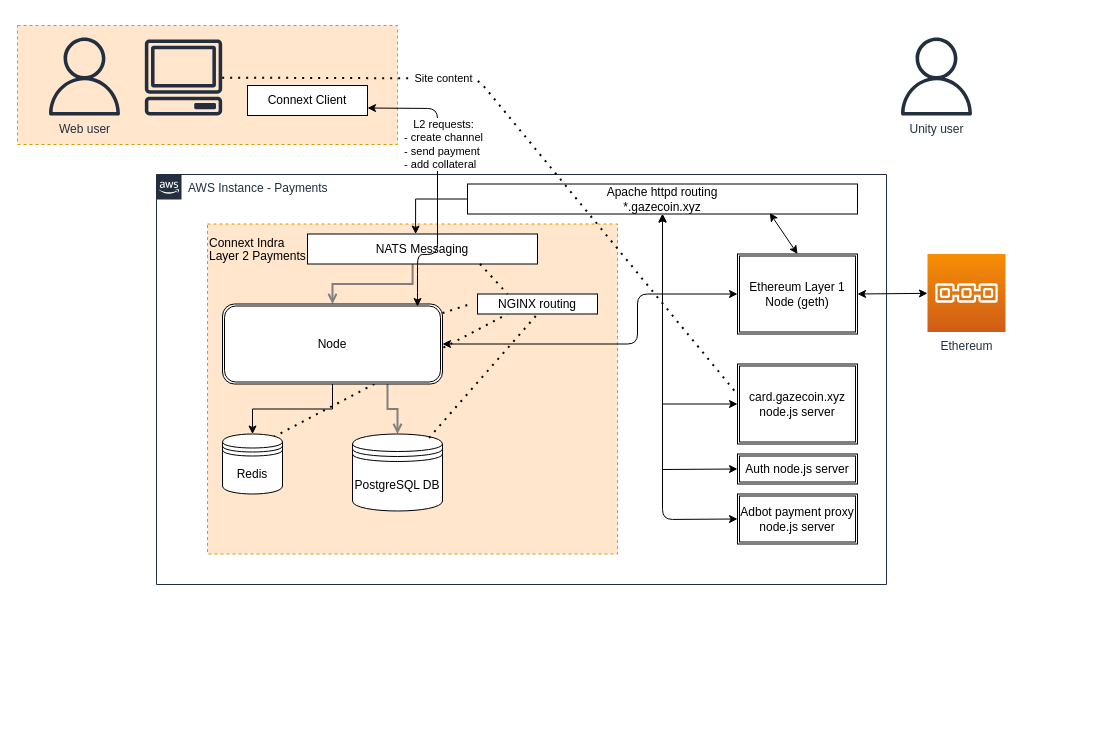
Before: DreamChannelPayments.drawio in glamperd/indrav2, a draw.io diagram. Source tidied: cells renumbered, new cells numbered last; positions are measured from the earlier drawing's top-left corner, leaving out a move shared by most shapes. Both pictures are drawn from the tidied source at 100%, with x=0, y=0 at pixel (17, 25). Pictures stored in the file or linked from it are replaced by grey dashed boxes.
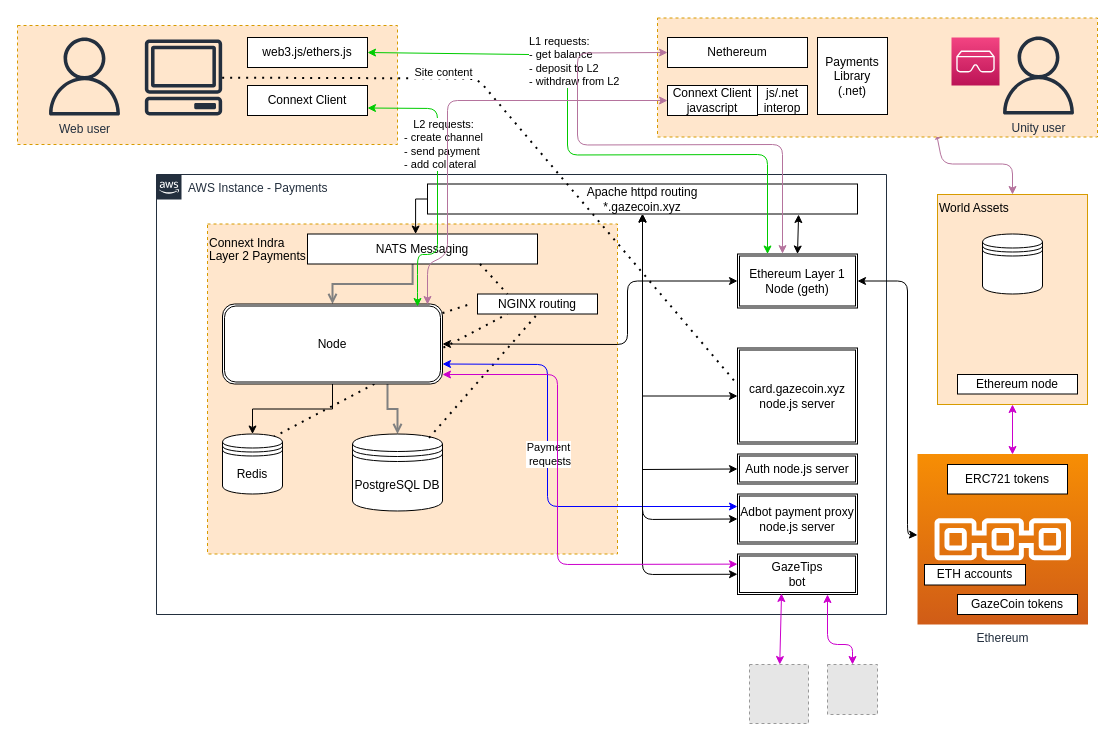
After the change.

Unchanged cells that the change refers to:
```xml
<mxCell id="9" value="Node" style="shape=ext;double=1;rounded=1;whiteSpace=wrap;html=1;" parent="1" vertex="1">
  <mxGeometry x="205" y="278.5" width="220" height="80" as="geometry" />
</mxCell>
<mxCell id="21" value="Auth node.js server" style="shape=ext;double=1;rounded=0;whiteSpace=wrap;html=1;fontColor=#000000;" parent="1" vertex="1">
  <mxGeometry x="720" y="428.5" width="120" height="30" as="geometry" />
</mxCell>
<mxCell id="22" value="Adbot payment proxy&lt;br&gt;node.js server" style="shape=ext;double=1;rounded=0;whiteSpace=wrap;html=1;fontColor=#000000;" parent="1" vertex="1">
  <mxGeometry x="720" y="468.5" width="120" height="50" as="geometry" />
</mxCell>
<mxCell id="35" value="Connext Client" style="rounded=0;whiteSpace=wrap;html=1;fontColor=#000000;" parent="1" vertex="1">
  <mxGeometry x="230" y="60" width="120" height="30" as="geometry" />
</mxCell>
```

The edit, as a diff of the source:
```diff
@@
+    <mxCell id="38" style="edgeStyle=orthogonalEdgeStyle;rounded=1;jumpStyle=sharp;jettySize=auto;html=1;exitX=0.65;exitY=0.998;exitDx=0;exitDy=0;entryX=0.5;entryY=0;entryDx=0;entryDy=0;endArrow=classic;endFill=1;fontColor=#000000;startArrow=classicThin;startFill=1;strokeColor=#B5739D;exitPerimeter=0;" parent="1" edge="1" source="39" target="59">
+      <mxGeometry relative="1" as="geometry">
+        <Array as="points">
+          <mxPoint x="925" y="138.5" />
+          <mxPoint x="995" y="138.5" />
+        </Array>
+      </mxGeometry>
+    </mxCell>
+    <mxCell id="39" style="rounded=0;whiteSpace=wrap;html=1;fillColor=#ffe6cc;strokeColor=#d79b00;dashed=1;" parent="1" vertex="1">
+      <mxGeometry x="640" y="-7.5" width="440" height="119" as="geometry" />
+    </mxCell>
@@
     <mxCell id="5" value="AWS Instance - Payments" style="gradientColor=none;html=1;whiteSpace=wrap;fontSize=12;fontStyle=0;shape=mxgraph.aws4.group;grIcon=mxgraph.aws4.group_aws_cloud_alt;strokeColor=#232F3E;fillColor=none;verticalAlign=top;align=left;spacingLeft=30;fontColor=#232F3E;dashed=0;labelBackgroundColor=#ffffff;" parent="1" vertex="1">
-      <mxGeometry x="139" y="149" width="730" height="410" as="geometry" />
+      <mxGeometry x="139" y="149" width="730" height="440" as="geometry" />
     </mxCell>
@@
     <mxCell id="14" value="Apache httpd routing&lt;br&gt;*.gazecoin.xyz" style="rounded=0;whiteSpace=wrap;html=1;" parent="1" vertex="1">
-      <mxGeometry x="450" y="158.5" width="390" height="30" as="geometry" />
+      <mxGeometry x="410" y="158.5" width="430" height="30" as="geometry" />
     </mxCell>
     <mxCell id="15" value="Ethereum Layer 1 Node (geth)" style="shape=ext;double=1;rounded=0;whiteSpace=wrap;html=1;" parent="1" vertex="1">
-      <mxGeometry x="720" y="228.5" width="120" height="80" as="geometry" />
+      <mxGeometry x="720" y="228.5" width="120" height="54" as="geometry" />
     </mxCell>
     <mxCell id="16" value="Ethereum" style="outlineConnect=0;fontColor=#232F3E;gradientColor=#F78E04;gradientDirection=north;fillColor=#D05C17;strokeColor=#ffffff;dashed=0;verticalLabelPosition=bottom;verticalAlign=top;align=center;html=1;fontSize=12;fontStyle=0;shape=mxgraph.aws4.resourceIcon;resIcon=mxgraph.aws4.blockchain;" parent="1" vertex="1">
-      <mxGeometry x="910" y="228.5" width="78" height="78" as="geometry" />
+      <mxGeometry x="900" y="428.5" width="170.5" height="170.5" as="geometry" />
     </mxCell>
     <mxCell id="17" style="endArrow=classic;startArrow=classic;html=1;fontColor=#000000;exitX=1;exitY=0.5;exitDx=0;exitDy=0;" parent="1" edge="1" source="15" target="16">
-      <mxGeometry relative="1" as="geometry" />
+      <mxGeometry relative="1" as="geometry">
+        <Array as="points">
+          <mxPoint x="890" y="255.5" />
+          <mxPoint x="890" y="509" />
+        </Array>
+      </mxGeometry>
     </mxCell>
     <mxCell id="18" value="card.gazecoin.xyz node.js server" style="shape=ext;double=1;rounded=0;whiteSpace=wrap;html=1;fontColor=#000000;" parent="1" vertex="1">
-      <mxGeometry x="720" y="338.5" width="120" height="80" as="geometry" />
+      <mxGeometry x="720" y="322.5" width="120" height="96" as="geometry" />
     </mxCell>
@@
-    <mxCell id="20" style="endArrow=classic;startArrow=classic;html=1;fontColor=#000000;entryX=0.775;entryY=0.967;entryDx=0;entryDy=0;entryPerimeter=0;exitX=0.5;exitY=0;exitDx=0;exitDy=0;" parent="1" edge="1" source="15" target="14">
+    <mxCell id="20" style="endArrow=classic;startArrow=classic;html=1;fontColor=#000000;entryX=0.863;entryY=1.017;entryDx=0;entryDy=0;entryPerimeter=0;exitX=0.5;exitY=0;exitDx=0;exitDy=0;" parent="1" edge="1" source="15" target="14">
       <mxGeometry relative="1" as="geometry" />
     </mxCell>
@@
     <mxCell id="23" style="endArrow=classic;startArrow=classic;html=1;fontColor=#000000;exitX=0;exitY=0.5;exitDx=0;exitDy=0;rounded=0;entryX=0.5;entryY=1;entryDx=0;entryDy=0;" parent="1" edge="1" source="21" target="14">
       <mxGeometry relative="1" as="geometry">
         <Array as="points">
-          <mxPoint x="645" y="444" />
+          <mxPoint x="625" y="444" />
         </Array>
       </mxGeometry>
     </mxCell>
     <mxCell id="24" style="endArrow=classic;startArrow=classic;html=1;fontColor=#000000;exitX=0;exitY=0.5;exitDx=0;exitDy=0;entryX=0.5;entryY=1;entryDx=0;entryDy=0;" parent="1" edge="1" source="22" target="14">
       <mxGeometry relative="1" as="geometry">
         <Array as="points">
-          <mxPoint x="645" y="494" />
+          <mxPoint x="625" y="494" />
         </Array>
       </mxGeometry>
     </mxCell>
@@
     <mxCell id="29" style="endArrow=classic;startArrow=classic;html=1;fontColor=#000000;exitX=1;exitY=0.5;exitDx=0;exitDy=0;entryX=0;entryY=0.5;entryDx=0;entryDy=0;" parent="1" edge="1" source="9" target="15">
       <mxGeometry relative="1" as="geometry">
         <Array as="points">
-          <mxPoint x="620" y="318.5" />
-          <mxPoint x="620" y="268.5" />
+          <mxPoint x="610" y="319" />
+          <mxPoint x="610" y="255.5" />
         </Array>
       </mxGeometry>
     </mxCell>
@@
     <mxCell id="31" value="Unity user" style="fontColor=#232F3E;gradientColor=none;fillColor=#232F3E;strokeColor=none;dashed=0;verticalLabelPosition=bottom;verticalAlign=top;align=center;html=1;fontSize=12;fontStyle=0;shape=mxgraph.aws4.user;" parent="1" vertex="1">
-      <mxGeometry x="880" y="12" width="78" height="78" as="geometry" />
+      <mxGeometry x="982" y="11" width="78" height="78" as="geometry" />
     </mxCell>
@@
-    <mxCell id="36" style="endArrow=classic;startArrow=classic;html=1;fontColor=#000000;exitX=1;exitY=0.75;exitDx=0;exitDy=0;" parent="1" edge="1" source="35">
+    <mxCell id="36" style="endArrow=classic;startArrow=classic;html=1;fontColor=#000000;exitX=1;exitY=0.75;exitDx=0;exitDy=0;fillColor=#e1d5e7;strokeColor=#00CC00;" parent="1" edge="1" source="35">
       <mxGeometry relative="1" as="geometry">
         <mxPoint x="400" y="281" as="targetPoint" />
         <Array as="points">
           <mxPoint x="420" y="83" />
           <mxPoint x="420" y="229" />
           <mxPoint x="400" y="229" />
           <mxPoint x="400" y="259" />
           <mxPoint x="400" y="281" />
         </Array>
       </mxGeometry>
     </mxCell>
@@
+    <mxCell id="40" value="web3.js/ethers.js" style="rounded=0;whiteSpace=wrap;html=1;fontColor=#000000;" parent="1" vertex="1">
+      <mxGeometry x="230" y="12" width="120" height="30" as="geometry" />
+    </mxCell>
+    <mxCell id="41" style="endArrow=classic;startArrow=classic;html=1;fontColor=#000000;exitX=1;exitY=0.5;exitDx=0;exitDy=0;fillColor=#e1d5e7;strokeColor=#00CC00;entryX=0.25;entryY=0;entryDx=0;entryDy=0;" parent="1" edge="1" source="40" target="15">
+      <mxGeometry relative="1" as="geometry">
+        <Array as="points">
+          <mxPoint x="550" y="29.5" />
+          <mxPoint x="550" y="129.5" />
+          <mxPoint x="750" y="129" />
+        </Array>
+      </mxGeometry>
+    </mxCell>
+    <mxCell id="42" value="L1 requests:&lt;br&gt;&lt;div&gt;- get balance&lt;/div&gt;&lt;div&gt;- deposit to L2&lt;/div&gt;&lt;div&gt;- withdraw from L2&lt;/div&gt;" style="edgeLabel;html=1;align=left;verticalAlign=middle;fontColor=#000000;" parent="41" vertex="1">
+      <mxGeometry x="-0.11" y="1" relative="1" as="geometry">
+        <mxPoint x="-41" y="-60.5" as="offset" />
+      </mxGeometry>
+    </mxCell>
+    <mxCell id="43" style="fontColor=#232F3E;gradientColor=#F34482;gradientDirection=north;fillColor=#BC1356;strokeColor=#ffffff;dashed=0;verticalLabelPosition=bottom;verticalAlign=top;align=center;html=1;fontSize=12;fontStyle=0;shape=mxgraph.aws4.resourceIcon;resIcon=mxgraph.aws4.ar_vr;" parent="1" vertex="1">
+      <mxGeometry x="934" y="12" width="48" height="48" as="geometry" />
+    </mxCell>
+    <mxCell id="44" value="Connext Client javascript" style="rounded=0;whiteSpace=wrap;html=1;fontColor=#000000;" parent="1" vertex="1">
+      <mxGeometry x="650" y="60" width="90" height="30" as="geometry" />
+    </mxCell>
+    <mxCell id="45" value="Nethereum" style="rounded=0;whiteSpace=wrap;html=1;fontColor=#000000;" parent="1" vertex="1">
+      <mxGeometry x="650" y="12" width="140" height="30" as="geometry" />
+    </mxCell>
+    <mxCell id="46" style="endArrow=classic;startArrow=classic;html=1;fontColor=#000000;exitX=0;exitY=0.5;exitDx=0;exitDy=0;fillColor=#e1d5e7;entryX=0.375;entryY=-0.006;entryDx=0;entryDy=0;entryPerimeter=0;strokeColor=#B5739D;" parent="1" edge="1" source="45" target="15">
+      <mxGeometry relative="1" as="geometry">
+        <Array as="points">
+          <mxPoint x="560" y="27.5" />
+          <mxPoint x="560" y="119.5" />
+          <mxPoint x="765" y="119" />
+        </Array>
+      </mxGeometry>
+    </mxCell>
+    <mxCell id="47" style="endArrow=classic;startArrow=classic;html=1;fontColor=#000000;exitX=0;exitY=0.5;exitDx=0;exitDy=0;fillColor=#e1d5e7;strokeColor=#B5739D;" parent="1" edge="1" source="44">
+      <mxGeometry relative="1" as="geometry">
+        <mxPoint x="410" y="279" as="targetPoint" />
+        <Array as="points">
+          <mxPoint x="430" y="75" />
+          <mxPoint x="430" y="229" />
+          <mxPoint x="410" y="239" />
+          <mxPoint x="410" y="279" />
+        </Array>
+      </mxGeometry>
+    </mxCell>
+    <mxCell id="48" value="js/.net interop" style="rounded=0;whiteSpace=wrap;html=1;fontColor=#000000;" parent="1" vertex="1">
+      <mxGeometry x="740" y="60" width="50" height="29" as="geometry" />
+    </mxCell>
+    <mxCell id="49" value="Payments&lt;br&gt;Library (.net)" style="rounded=0;whiteSpace=wrap;html=1;fontColor=#000000;" parent="1" vertex="1">
+      <mxGeometry x="800" y="12" width="70" height="77" as="geometry" />
+    </mxCell>
+    <mxCell id="50" style="endArrow=classic;startArrow=classic;html=1;fontColor=#000000;entryX=0;entryY=0.25;entryDx=0;entryDy=0;exitX=1;exitY=0.75;exitDx=0;exitDy=0;strokeColor=#0000FF;" parent="1" edge="1" source="9" target="22">
+      <mxGeometry relative="1" as="geometry">
+        <Array as="points">
+          <mxPoint x="530" y="339" />
+          <mxPoint x="530" y="481" />
+        </Array>
+      </mxGeometry>
+    </mxCell>
+    <mxCell id="51" value="Payment&lt;br&gt;&amp;nbsp;requests" style="edgeLabel;html=1;align=center;verticalAlign=middle;fontColor=#000000;" parent="50" vertex="1">
+      <mxGeometry x="0.03" relative="1" as="geometry">
+        <mxPoint y="-30.5" as="offset" />
+      </mxGeometry>
+    </mxCell>
+    <mxCell id="52" value="GazeTips&lt;br&gt;bot" style="shape=ext;double=1;rounded=0;whiteSpace=wrap;html=1;fontColor=#000000;" parent="1" vertex="1">
+      <mxGeometry x="720" y="528.5" width="120" height="40.5" as="geometry" />
+    </mxCell>
+    <mxCell id="53" style="endArrow=classic;startArrow=classic;html=1;fontColor=#000000;entryX=0.5;entryY=1;entryDx=0;entryDy=0;exitX=0;exitY=0.5;exitDx=0;exitDy=0;" parent="1" edge="1" source="52" target="14">
+      <mxGeometry relative="1" as="geometry">
+        <Array as="points">
+          <mxPoint x="625" y="549" />
+        </Array>
+      </mxGeometry>
+    </mxCell>
+    <mxCell id="54" style="endArrow=classic;startArrow=classic;html=1;fontColor=#000000;entryX=0;entryY=0.25;entryDx=0;entryDy=0;strokeColor=#CC00CC;" parent="1" edge="1" target="52">
+      <mxGeometry relative="1" as="geometry">
+        <mxPoint x="425" y="349" as="sourcePoint" />
+        <Array as="points">
+          <mxPoint x="540" y="349" />
+          <mxPoint x="540" y="539" />
+        </Array>
+      </mxGeometry>
+    </mxCell>
+    <mxCell id="55" style="fillColor=#E6E6E6;strokeColor=#999999;dashed=1;html=1;verticalAlign=top;verticalLabelPosition=bottom;labelBackgroundColor=#ffffff;fontColor=#000000;" parent="1" vertex="1">
+      <mxGeometry x="810" y="639" width="50" height="50" as="geometry" />
+    </mxCell>
+    <mxCell id="56" style="fillColor=#E6E6E6;strokeColor=#999999;dashed=1;html=1;verticalAlign=top;verticalLabelPosition=bottom;labelBackgroundColor=#ffffff;fontColor=#000000;" parent="1" vertex="1">
+      <mxGeometry x="732" y="639" width="59" height="59" as="geometry" />
+    </mxCell>
+    <mxCell id="57" style="endArrow=classic;startArrow=classic;html=1;strokeColor=#CC00CC;fontColor=#000000;exitX=0.367;exitY=0.975;exitDx=0;exitDy=0;exitPerimeter=0;" parent="1" edge="1" source="52" target="56">
+      <mxGeometry relative="1" as="geometry" />
+    </mxCell>
+    <mxCell id="58" style="endArrow=classic;startArrow=classic;html=1;strokeColor=#CC00CC;fontColor=#000000;exitX=0.75;exitY=1;exitDx=0;exitDy=0;entryX=0.5;entryY=0;entryDx=0;entryDy=0;" parent="1" edge="1" source="52" target="55">
+      <mxGeometry relative="1" as="geometry">
+        <Array as="points">
+          <mxPoint x="810" y="619" />
+          <mxPoint x="835" y="619" />
+        </Array>
+      </mxGeometry>
+    </mxCell>
+    <mxCell id="59" value="World Assets" style="rounded=0;whiteSpace=wrap;html=1;fillColor=#ffe6cc;strokeColor=#d79b00;align=left;horizontal=1;verticalAlign=top;" parent="1" vertex="1">
+      <mxGeometry x="920" y="169" width="150" height="210" as="geometry" />
+    </mxCell>
+    <mxCell id="60" style="shape=datastore;whiteSpace=wrap;html=1;fontColor=#000000;" parent="1" vertex="1">
+      <mxGeometry x="965" y="208.5" width="60" height="60" as="geometry" />
+    </mxCell>
+    <mxCell id="61" value="ERC721 tokens" style="rounded=0;whiteSpace=wrap;html=1;fontColor=#000000;" parent="1" vertex="1">
+      <mxGeometry x="930" y="439" width="120" height="29.5" as="geometry" />
+    </mxCell>
+    <mxCell id="62" value="GazeCoin tokens" style="rounded=0;whiteSpace=wrap;html=1;fontColor=#000000;" parent="1" vertex="1">
+      <mxGeometry x="940" y="569" width="120" height="20" as="geometry" />
+    </mxCell>
+    <mxCell id="63" value="ETH accounts" style="rounded=0;whiteSpace=wrap;html=1;fontColor=#000000;" parent="1" vertex="1">
+      <mxGeometry x="907" y="539" width="101" height="20.5" as="geometry" />
+    </mxCell>
+    <mxCell id="64" value="Ethereum node" style="rounded=0;whiteSpace=wrap;html=1;fontColor=#000000;" parent="1" vertex="1">
+      <mxGeometry x="940" y="349" width="120" height="19.5" as="geometry" />
+    </mxCell>
+    <mxCell id="65" style="endArrow=classic;startArrow=classic;html=1;strokeColor=#CC00CC;fontColor=#000000;entryX=0.5;entryY=1;entryDx=0;entryDy=0;" parent="1" edge="1" target="59">
+      <mxGeometry relative="1" as="geometry">
+        <mxPoint x="995" y="429" as="sourcePoint" />
+      </mxGeometry>
+    </mxCell>
```
